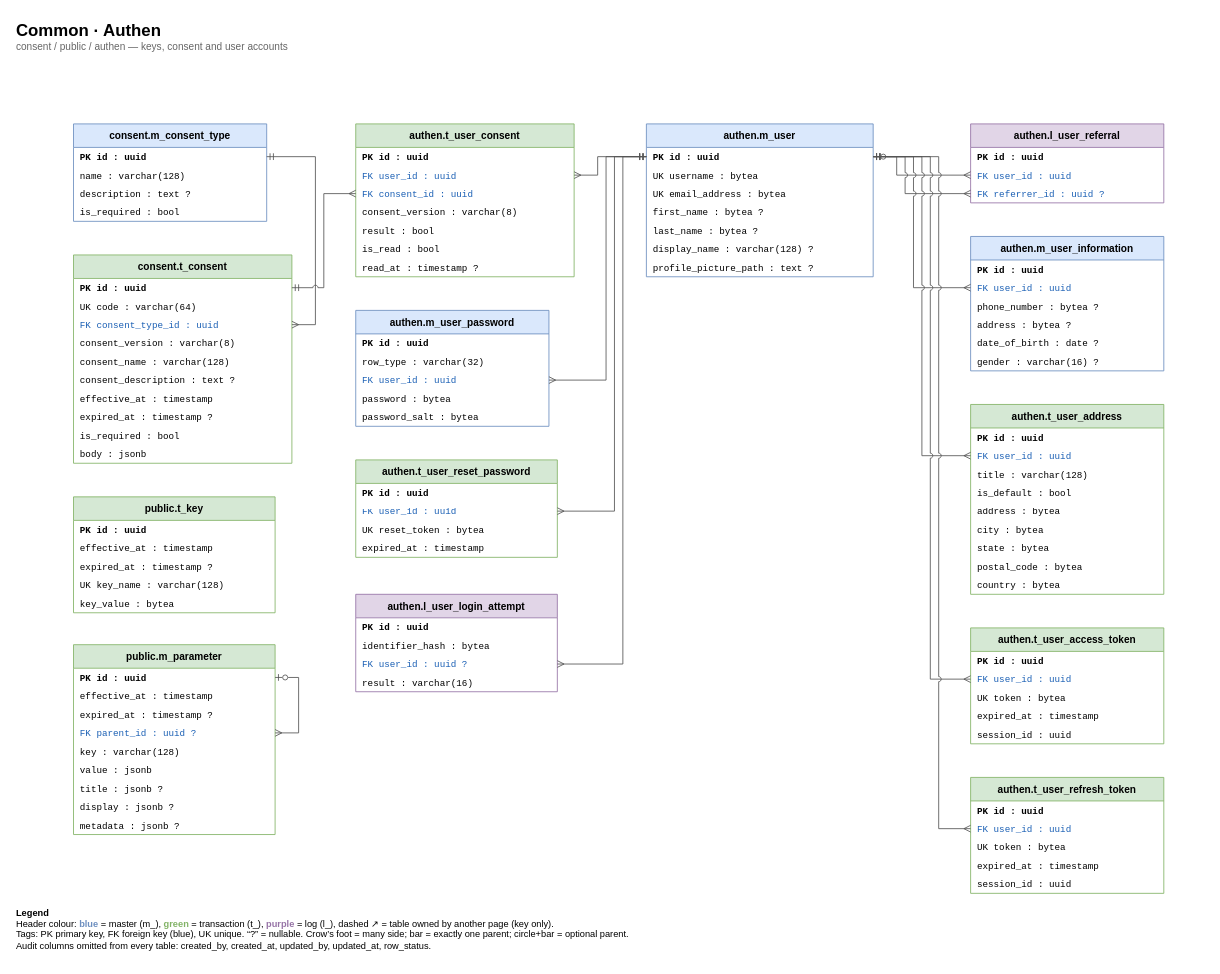
Earlier version of the draw.io diagram page "1 Common · Authen" (2 of 8) of e-commerce/db/er-diagram.drawio (ittikornsopawan/system-analysis-and-design). Source tidied: cells renumbered, new cells numbered last; positions are measured from the earlier drawing's top-left corner, leaving out a move shared by most shapes. Both pictures are drawn from the tidied source at 84%, with x=0, y=0 at pixel (14, 14).
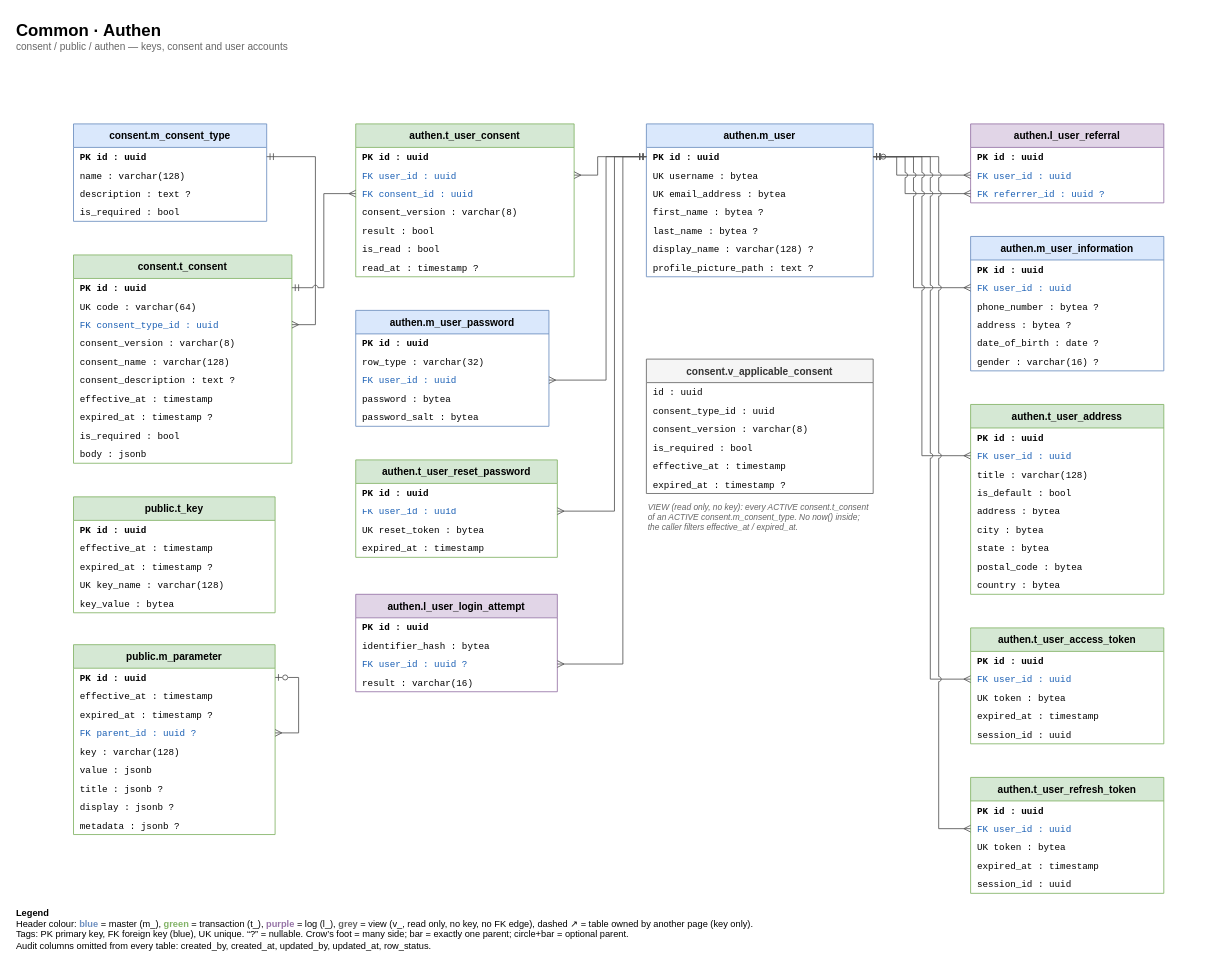
After the change.

Diff of the diagram source:
```diff
@@
+    <mxCell id="114" value="consent.v_applicable_consent" style="swimlane;fontStyle=1;horizontal=1;startSize=28;fillColor=#f5f5f5;strokeColor=#666666;fontColor=#333333;swimlaneFillColor=#ffffff;fontSize=12;" parent="1" vertex="1">
+      <mxGeometry x="752" y="410" width="270" height="160" as="geometry" />
+    </mxCell>
+    <mxCell id="115" value="      id : uuid" style="text;html=0;strokeColor=none;fillColor=none;align=left;verticalAlign=middle;spacingLeft=6;spacingRight=4;overflow=hidden;whiteSpace=nowrap;fontFamily=Courier New;fontSize=11;" parent="114" vertex="1">
+      <mxGeometry y="28" width="270" height="22" as="geometry" />
+    </mxCell>
+    <mxCell id="116" value="      consent_type_id : uuid" style="text;html=0;strokeColor=none;fillColor=none;align=left;verticalAlign=middle;spacingLeft=6;spacingRight=4;overflow=hidden;whiteSpace=nowrap;fontFamily=Courier New;fontSize=11;" parent="114" vertex="1">
+      <mxGeometry y="50" width="270" height="22" as="geometry" />
+    </mxCell>
+    <mxCell id="117" value="      consent_version : varchar(8)" style="text;html=0;strokeColor=none;fillColor=none;align=left;verticalAlign=middle;spacingLeft=6;spacingRight=4;overflow=hidden;whiteSpace=nowrap;fontFamily=Courier New;fontSize=11;" parent="114" vertex="1">
+      <mxGeometry y="72" width="270" height="22" as="geometry" />
+    </mxCell>
+    <mxCell id="118" value="      is_required : bool" style="text;html=0;strokeColor=none;fillColor=none;align=left;verticalAlign=middle;spacingLeft=6;spacingRight=4;overflow=hidden;whiteSpace=nowrap;fontFamily=Courier New;fontSize=11;" parent="114" vertex="1">
+      <mxGeometry y="94" width="270" height="22" as="geometry" />
+    </mxCell>
+    <mxCell id="119" value="      effective_at : timestamp" style="text;html=0;strokeColor=none;fillColor=none;align=left;verticalAlign=middle;spacingLeft=6;spacingRight=4;overflow=hidden;whiteSpace=nowrap;fontFamily=Courier New;fontSize=11;" parent="114" vertex="1">
+      <mxGeometry y="116" width="270" height="22" as="geometry" />
+    </mxCell>
+    <mxCell id="120" value="      expired_at : timestamp ?" style="text;html=0;strokeColor=none;fillColor=none;align=left;verticalAlign=middle;spacingLeft=6;spacingRight=4;overflow=hidden;whiteSpace=nowrap;fontFamily=Courier New;fontSize=11;" parent="114" vertex="1">
+      <mxGeometry y="138" width="270" height="22" as="geometry" />
+    </mxCell>
+    <mxCell id="121" value="VIEW (read only, no key): every ACTIVE consent.t_consent of an ACTIVE consent.m_consent_type. No now() inside; the caller filters effective_at / expired_at." style="text;html=1;strokeColor=none;fillColor=none;align=left;verticalAlign=top;whiteSpace=wrap;fontSize=10;fontStyle=2;fontColor=#666666;" parent="1" vertex="1">
+      <mxGeometry x="752" y="574" width="270" height="44" as="geometry" />
+    </mxCell>
-    <mxCell id="113" value="&lt;b&gt;Legend&lt;/b&gt;&lt;br&gt;Header colour: &lt;font color=&quot;#6c8ebf&quot;&gt;&lt;b&gt;blue&lt;/b&gt;&lt;/font&gt; = master (m_), &lt;font color=&quot;#82b366&quot;&gt;&lt;b&gt;green&lt;/b&gt;&lt;/font&gt; = transaction (t_), &lt;font color=&quot;#9673a6&quot;&gt;&lt;b&gt;purple&lt;/b&gt;&lt;/font&gt; = log (l_), dashed ↗ = table owned by another page (key only).&lt;br&gt;Tags: PK primary key, FK foreign key (blue), UK unique. “?” = nullable. Crow’s foot = many side; bar = exactly one parent; circle+bar = optional parent.&lt;br&gt;Audit columns omitted from every table: created_by, created_at, updated_by, updated_at, row_status." style="text;html=1;strokeColor=none;fillColor=none;align=left;verticalAlign=top;whiteSpace=wrap;fontSize=11;" parent="1" vertex="1">
+    <mxCell id="113" value="&lt;b&gt;Legend&lt;/b&gt;&lt;br&gt;Header colour: &lt;font color=&quot;#6c8ebf&quot;&gt;&lt;b&gt;blue&lt;/b&gt;&lt;/font&gt; = master (m_), &lt;font color=&quot;#82b366&quot;&gt;&lt;b&gt;green&lt;/b&gt;&lt;/font&gt; = transaction (t_), &lt;font color=&quot;#9673a6&quot;&gt;&lt;b&gt;purple&lt;/b&gt;&lt;/font&gt; = log (l_), &lt;font color=&quot;#666666&quot;&gt;&lt;b&gt;grey&lt;/b&gt;&lt;/font&gt; = view (v_, read only, no key, no FK edge), dashed ↗ = table owned by another page (key only).&lt;br&gt;Tags: PK primary key, FK foreign key (blue), UK unique. “?” = nullable. Crow’s foot = many side; bar = exactly one parent; circle+bar = optional parent.&lt;br&gt;Audit columns omitted from every table: created_by, created_at, updated_by, updated_at, row_status." style="text;html=1;strokeColor=none;fillColor=none;align=left;verticalAlign=top;whiteSpace=wrap;fontSize=11;" parent="1" vertex="1">
       <mxGeometry y="1056" width="1418" height="70" as="geometry" />
     </mxCell>
```
